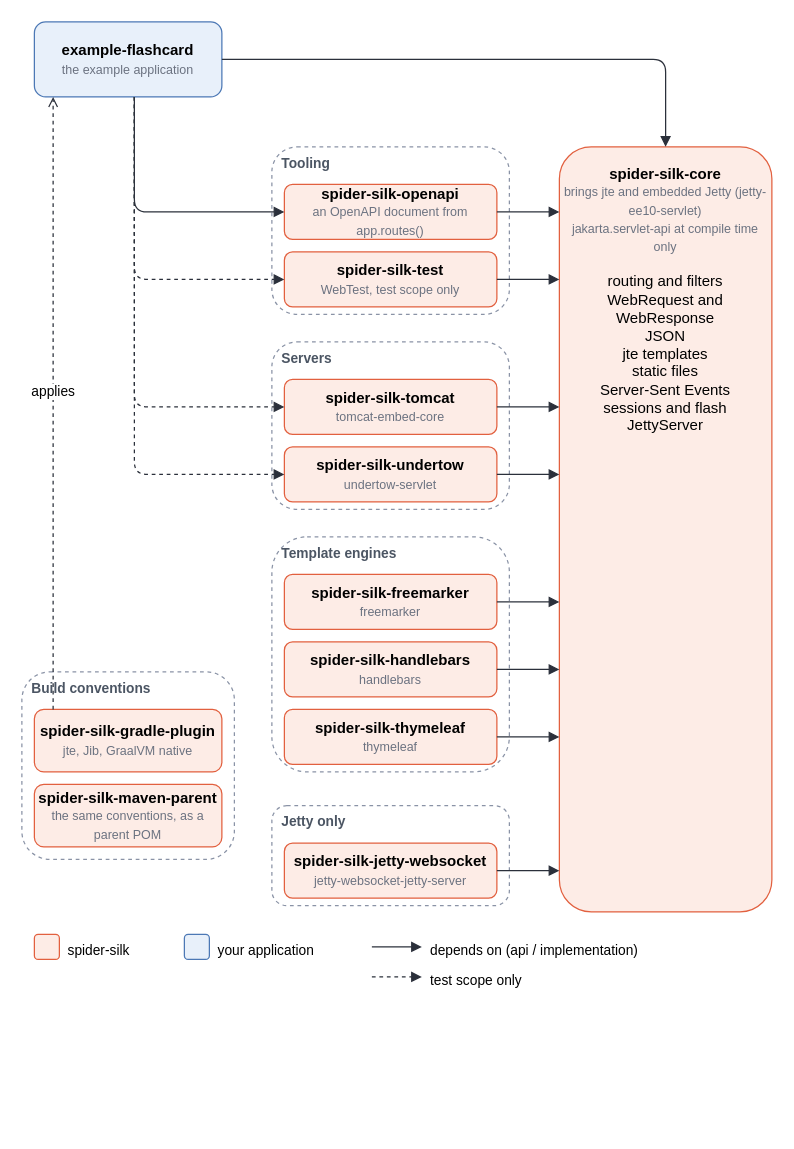
Above: manual/diagrams/modules.drawio in benelog/spider-silk (draw.io), before the change. Source tidied: cells renumbered, new cells numbered last; positions are measured from the earlier drawing's top-left corner, leaving out a move shared by most shapes. Both pictures are drawn from the tidied source at 125%, with x=0, y=0 at pixel (21, 21).
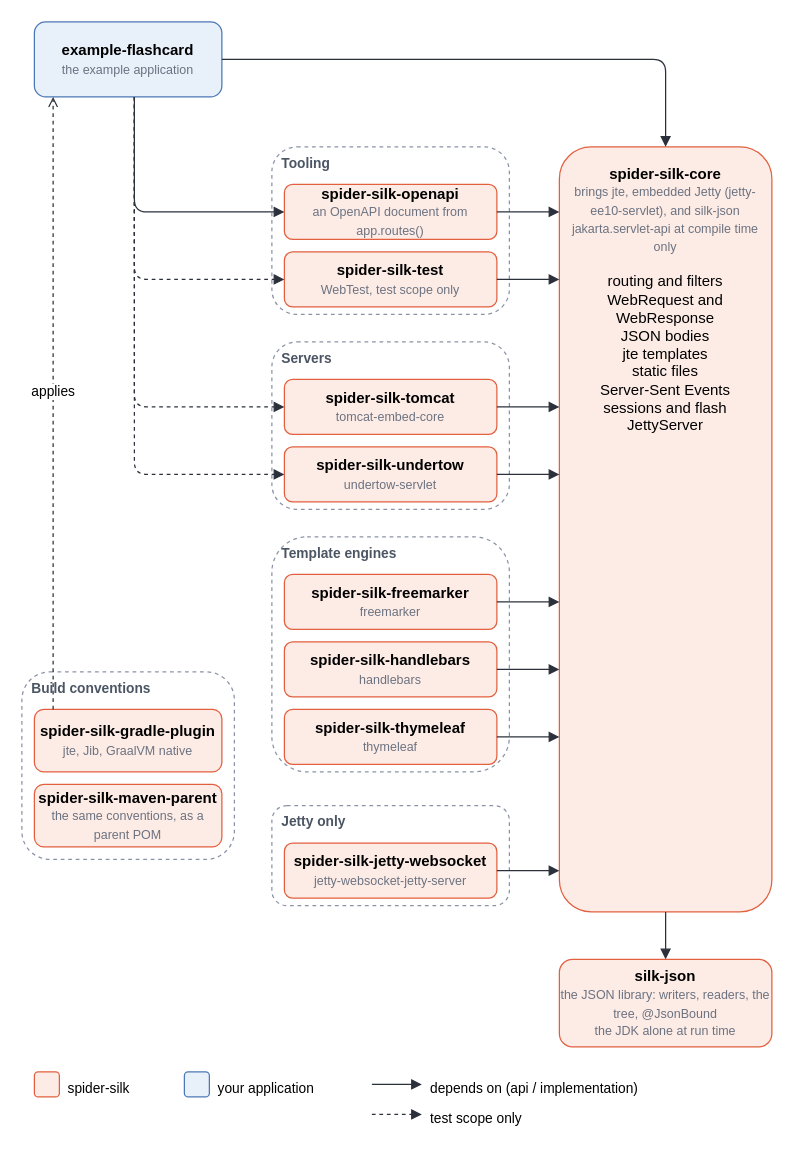
After the change.

The edit, as a diff of the source:
```diff
@@
-    <mxCell id="15" value="&lt;b&gt;spider-silk-core&lt;/b&gt;&lt;br&gt;&lt;font style=&quot;font-size: 10px&quot; color=&quot;#6b7280&quot;&gt;brings jte and embedded Jetty (jetty-ee10-servlet)&lt;/font&gt;&lt;br&gt;&lt;font style=&quot;font-size: 10px&quot; color=&quot;#6b7280&quot;&gt;jakarta.servlet-api at compile time only&lt;/font&gt;&lt;br&gt;&lt;br&gt;routing and filters&lt;br&gt;WebRequest and WebResponse&lt;br&gt;JSON&lt;br&gt;jte templates&lt;br&gt;static files&lt;br&gt;Server-Sent Events&lt;br&gt;sessions and flash&lt;br&gt;JettyServer" style="rounded=1;whiteSpace=wrap;html=1;fontSize=12;fontFamily=Helvetica;verticalAlign=middle;fillColor=#fdece6;strokeColor=#e2603f;verticalAlign=top;spacingTop=8;" parent="1" vertex="1">
+    <mxCell id="15" value="&lt;b&gt;spider-silk-core&lt;/b&gt;&lt;br&gt;&lt;font style=&quot;font-size: 10px&quot; color=&quot;#6b7280&quot;&gt;brings jte, embedded Jetty (jetty-ee10-servlet), and silk-json&lt;/font&gt;&lt;br&gt;&lt;font style=&quot;font-size: 10px&quot; color=&quot;#6b7280&quot;&gt;jakarta.servlet-api at compile time only&lt;/font&gt;&lt;br&gt;&lt;br&gt;routing and filters&lt;br&gt;WebRequest and WebResponse&lt;br&gt;JSON bodies&lt;br&gt;jte templates&lt;br&gt;static files&lt;br&gt;Server-Sent Events&lt;br&gt;sessions and flash&lt;br&gt;JettyServer" style="rounded=1;whiteSpace=wrap;html=1;fontSize=12;fontFamily=Helvetica;verticalAlign=middle;fillColor=#fdece6;strokeColor=#e2603f;verticalAlign=top;spacingTop=8;" parent="1" vertex="1">
       <mxGeometry x="430" y="100" width="170" height="612" as="geometry" />
     </mxCell>
@@
     <mxCell id="33" style="rounded=1;whiteSpace=wrap;html=1;fontSize=12;fontFamily=Helvetica;fillColor=#fdece6;strokeColor=#e2603f;" parent="1" vertex="1">
-      <mxGeometry x="10" y="730" width="20" height="20" as="geometry" />
+      <mxGeometry x="10" y="840" width="20" height="20" as="geometry" />
     </mxCell>
     <mxCell id="34" value="spider-silk" style="text;html=1;strokeColor=none;fillColor=none;fontSize=11;fontFamily=Helvetica;align=left;" parent="1" vertex="1">
-      <mxGeometry x="35" y="730" width="90" height="20" as="geometry" />
+      <mxGeometry x="35" y="840" width="90" height="20" as="geometry" />
     </mxCell>
     <mxCell id="35" style="rounded=1;whiteSpace=wrap;html=1;fontSize=12;fontFamily=Helvetica;fillColor=#e8f0fa;strokeColor=#4c78b5;" parent="1" vertex="1">
-      <mxGeometry x="130" y="730" width="20" height="20" as="geometry" />
+      <mxGeometry x="130" y="840" width="20" height="20" as="geometry" />
     </mxCell>
     <mxCell id="36" value="your application" style="text;html=1;strokeColor=none;fillColor=none;fontSize=11;fontFamily=Helvetica;align=left;" parent="1" vertex="1">
-      <mxGeometry x="155" y="730" width="110" height="20" as="geometry" />
+      <mxGeometry x="155" y="840" width="110" height="20" as="geometry" />
     </mxCell>
     <mxCell id="37" style="html=1;endArrow=block;endFill=1;strokeColor=#2b303b;fontSize=11;fontFamily=Helvetica;" parent="1" edge="1">
       <mxGeometry relative="1" as="geometry">
-        <mxPoint x="280" y="740" as="sourcePoint" />
-        <mxPoint x="320" y="740" as="targetPoint" />
+        <mxPoint x="280" y="850" as="sourcePoint" />
+        <mxPoint x="320" y="850" as="targetPoint" />
       </mxGeometry>
     </mxCell>
     <mxCell id="38" value="depends on (api / implementation)" style="text;html=1;strokeColor=none;fillColor=none;fontSize=11;fontFamily=Helvetica;align=left;" parent="1" vertex="1">
-      <mxGeometry x="325" y="730" width="200" height="20" as="geometry" />
+      <mxGeometry x="325" y="840" width="200" height="20" as="geometry" />
     </mxCell>
     <mxCell id="39" style="html=1;endArrow=block;endFill=1;strokeColor=#2b303b;fontSize=11;fontFamily=Helvetica;dashed=1;" parent="1" edge="1">
       <mxGeometry relative="1" as="geometry">
-        <mxPoint x="280" y="764" as="sourcePoint" />
-        <mxPoint x="320" y="764" as="targetPoint" />
+        <mxPoint x="280" y="874" as="sourcePoint" />
+        <mxPoint x="320" y="874" as="targetPoint" />
       </mxGeometry>
     </mxCell>
     <mxCell id="40" value="test scope only" style="text;html=1;strokeColor=none;fillColor=none;fontSize=11;fontFamily=Helvetica;align=left;" parent="1" vertex="1">
-      <mxGeometry x="325" y="754" width="200" height="20" as="geometry" />
+      <mxGeometry x="325" y="864" width="200" height="20" as="geometry" />
     </mxCell>
+    <mxCell id="41" value="&lt;b&gt;silk-json&lt;/b&gt;&lt;br&gt;&lt;font style=&quot;font-size: 10px&quot; color=&quot;#6b7280&quot;&gt;the JSON library: writers, readers, the tree, @JsonBound&lt;/font&gt;&lt;br&gt;&lt;font style=&quot;font-size: 10px&quot; color=&quot;#6b7280&quot;&gt;the JDK alone at run time&lt;/font&gt;" style="rounded=1;whiteSpace=wrap;html=1;fontSize=12;fontFamily=Helvetica;verticalAlign=middle;fillColor=#fdece6;strokeColor=#e2603f;" parent="1" vertex="1">
+      <mxGeometry x="430" y="750" width="170" height="70" as="geometry" />
+    </mxCell>
+    <mxCell id="42" style="html=1;endArrow=block;endFill=1;strokeColor=#2b303b;fontSize=11;fontFamily=Helvetica;" parent="1" edge="1" source="15" target="41">
+      <mxGeometry relative="1" as="geometry" />
+    </mxCell>
```
